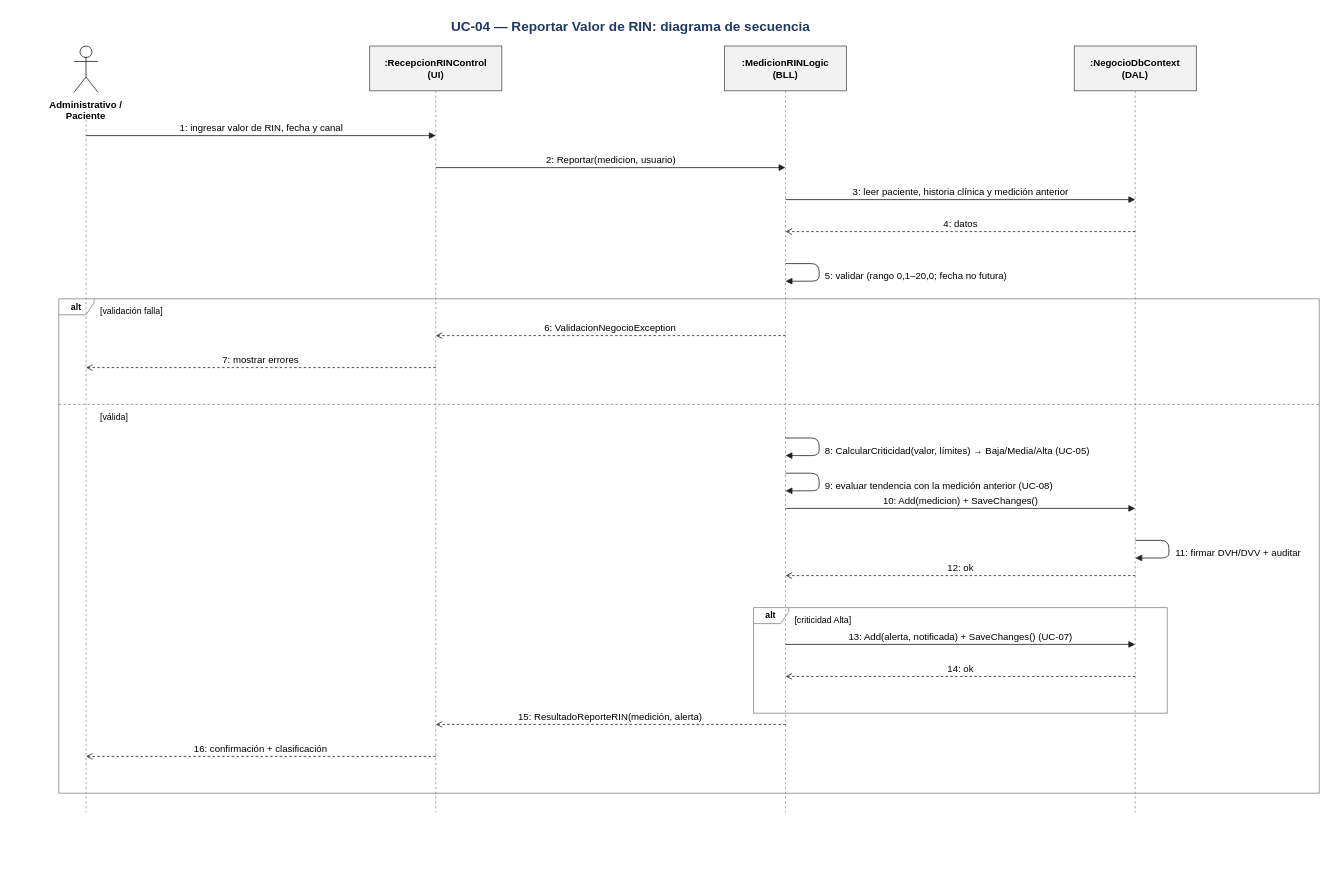
Earlier version of the draw.io diagram Diagramas/UC-04/UC-04 - Secuencia.drawio (DanteSchlogl/OpenRIN-corregido). Source tidied: cells renumbered, new cells numbered last; positions are measured from the earlier drawing's top-left corner, leaving out a move shared by most shapes. Both pictures are drawn from the tidied source at 80%, with x=0, y=0 at pixel (14, 14).
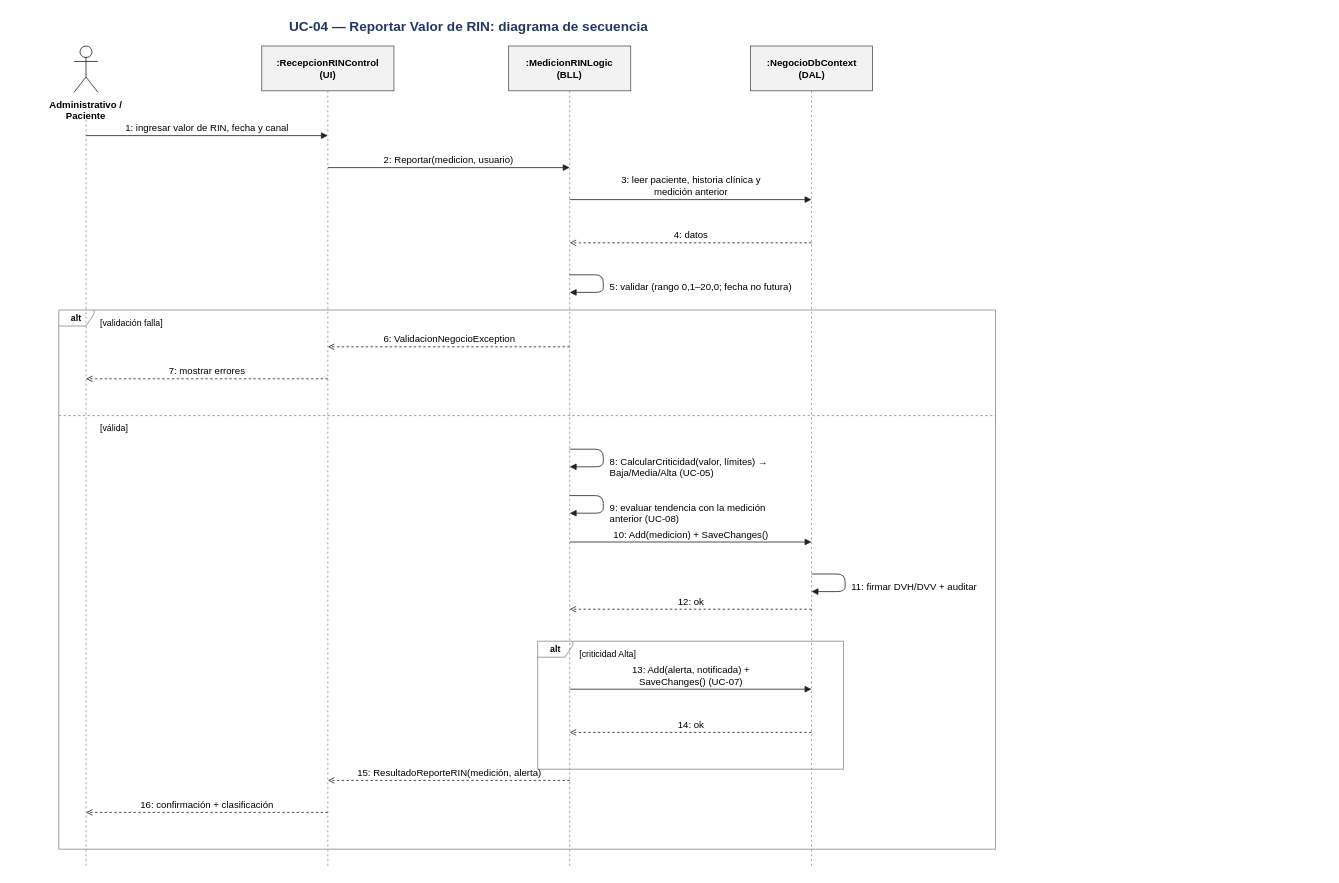
The same page after the edit.

The edit, as a diff of the source:
```diff
@@
     <mxCell id="2" value="UC-04 — Reportar Valor de RIN: diagrama de secuencia" style="text;html=1;strokeColor=none;fillColor=none;fontFamily=Arial;whiteSpace=nowrap;fontSize=17;fontStyle=1;fontColor=#1F3864;align=center;whiteSpace=wrap;" parent="1" vertex="1">
-      <mxGeometry width="1541.6" height="28" as="geometry" />
+      <mxGeometry width="1136.9" height="28" as="geometry" />
     </mxCell>
@@
     <mxCell id="5" style="endArrow=none;dashed=1;strokeColor=#999999;html=1;" parent="1" edge="1">
       <mxGeometry relative="1" as="geometry">
         <mxPoint x="90" y="132" as="sourcePoint" />
-        <mxPoint x="90" y="998" as="targetPoint" />
+        <mxPoint x="90" y="1068" as="targetPoint" />
       </mxGeometry>
     </mxCell>
     <mxCell id="6" value=":RecepcionRINControl&lt;br/&gt;(UI)" style="rounded=0;whiteSpace=wrap;html=1;fillColor=#F2F2F2;strokeColor=#555555;fontFamily=Arial;fontSize=12;fontStyle=1;" parent="1" vertex="1">
-      <mxGeometry x="444.6" y="40" width="165.2" height="56" as="geometry" />
+      <mxGeometry x="309.7" y="40" width="165.2" height="56" as="geometry" />
     </mxCell>
     <mxCell id="7" style="endArrow=none;dashed=1;strokeColor=#999999;html=1;" parent="1" edge="1">
       <mxGeometry relative="1" as="geometry">
-        <mxPoint x="527.2" y="96" as="sourcePoint" />
-        <mxPoint x="527.2" y="998" as="targetPoint" />
+        <mxPoint x="392.3" y="96" as="sourcePoint" />
+        <mxPoint x="392.3" y="1068" as="targetPoint" />
       </mxGeometry>
     </mxCell>
     <mxCell id="8" value=":MedicionRINLogic&lt;br/&gt;(BLL)" style="rounded=0;whiteSpace=wrap;html=1;fillColor=#F2F2F2;strokeColor=#555555;fontFamily=Arial;fontSize=12;fontStyle=1;" parent="1" vertex="1">
-      <mxGeometry x="888.1" y="40" width="152.6" height="56" as="geometry" />
+      <mxGeometry x="618.3" y="40" width="152.6" height="56" as="geometry" />
     </mxCell>
     <mxCell id="9" style="endArrow=none;dashed=1;strokeColor=#999999;html=1;" parent="1" edge="1">
       <mxGeometry relative="1" as="geometry">
-        <mxPoint x="964.4" y="96" as="sourcePoint" />
-        <mxPoint x="964.4" y="998" as="targetPoint" />
+        <mxPoint x="694.6" y="96" as="sourcePoint" />
+        <mxPoint x="694.6" y="1068" as="targetPoint" />
       </mxGeometry>
     </mxCell>
     <mxCell id="10" value=":NegocioDbContext&lt;br/&gt;(DAL)" style="rounded=0;whiteSpace=wrap;html=1;fillColor=#F2F2F2;strokeColor=#555555;fontFamily=Arial;fontSize=12;fontStyle=1;" parent="1" vertex="1">
-      <mxGeometry x="1325.3" y="40" width="152.6" height="56" as="geometry" />
+      <mxGeometry x="920.6" y="40" width="152.6" height="56" as="geometry" />
     </mxCell>
     <mxCell id="11" style="endArrow=none;dashed=1;strokeColor=#999999;html=1;" parent="1" edge="1">
       <mxGeometry relative="1" as="geometry">
-        <mxPoint x="1401.6" y="96" as="sourcePoint" />
-        <mxPoint x="1401.6" y="998" as="targetPoint" />
+        <mxPoint x="996.9" y="96" as="sourcePoint" />
+        <mxPoint x="996.9" y="1068" as="targetPoint" />
       </mxGeometry>
     </mxCell>
     <mxCell id="12" value="1: ingresar valor de RIN, fecha y canal" style="html=1;edgeStyle=none;strokeColor=#222222;fontFamily=Arial;fontSize=12;verticalLabelPosition=top;verticalAlign=bottom;labelBackgroundColor=none;endArrow=block;endFill=1;" parent="1" edge="1">
       <mxGeometry relative="1" as="geometry">
         <mxPoint x="90" y="152" as="sourcePoint" />
-        <mxPoint x="527.2" y="152" as="targetPoint" />
+        <mxPoint x="392.3" y="152" as="targetPoint" />
       </mxGeometry>
     </mxCell>
     <mxCell id="13" value="2: Reportar(medicion, usuario)" style="html=1;edgeStyle=none;strokeColor=#222222;fontFamily=Arial;fontSize=12;verticalLabelPosition=top;verticalAlign=bottom;labelBackgroundColor=none;endArrow=block;endFill=1;" parent="1" edge="1">
       <mxGeometry relative="1" as="geometry">
-        <mxPoint x="527.2" y="192" as="sourcePoint" />
-        <mxPoint x="964.4" y="192" as="targetPoint" />
+        <mxPoint x="392.3" y="192" as="sourcePoint" />
+        <mxPoint x="694.6" y="192" as="targetPoint" />
       </mxGeometry>
     </mxCell>
-    <mxCell id="14" value="3: leer paciente, historia clínica y medición anterior" style="html=1;edgeStyle=none;strokeColor=#222222;fontFamily=Arial;fontSize=12;verticalLabelPosition=top;verticalAlign=bottom;labelBackgroundColor=none;endArrow=block;endFill=1;" parent="1" edge="1">
+    <mxCell id="14" value="3: leer paciente, historia clínica y&lt;br/&gt;medición anterior" style="html=1;edgeStyle=none;strokeColor=#222222;fontFamily=Arial;fontSize=12;verticalLabelPosition=top;verticalAlign=bottom;labelBackgroundColor=none;endArrow=block;endFill=1;" parent="1" edge="1">
       <mxGeometry relative="1" as="geometry">
-        <mxPoint x="964.4" y="232" as="sourcePoint" />
-        <mxPoint x="1401.6" y="232" as="targetPoint" />
+        <mxPoint x="694.6" y="232" as="sourcePoint" />
+        <mxPoint x="996.9" y="232" as="targetPoint" />
       </mxGeometry>
     </mxCell>
     <mxCell id="15" value="4: datos" style="html=1;edgeStyle=none;strokeColor=#222222;fontFamily=Arial;fontSize=12;verticalLabelPosition=top;verticalAlign=bottom;labelBackgroundColor=none;endArrow=open;endFill=0;dashed=1;" parent="1" edge="1">
       <mxGeometry relative="1" as="geometry">
-        <mxPoint x="1401.6" y="272" as="sourcePoint" />
-        <mxPoint x="964.4" y="272" as="targetPoint" />
+        <mxPoint x="996.9" y="286" as="sourcePoint" />
+        <mxPoint x="694.6" y="286" as="targetPoint" />
       </mxGeometry>
     </mxCell>
     <mxCell id="16" style="endArrow=block;endFill=1;html=1;edgeStyle=none;strokeColor=#222222;" parent="1" edge="1">
       <mxGeometry relative="1" as="geometry">
-        <mxPoint x="964.4" y="312" as="sourcePoint" />
-        <mxPoint x="964.4" y="334" as="targetPoint" />
+        <mxPoint x="694.6" y="326" as="sourcePoint" />
+        <mxPoint x="694.6" y="348" as="targetPoint" />
         <Array as="points">
-          <mxPoint x="1006.4" y="312" />
-          <mxPoint x="1006.4" y="334" />
+          <mxPoint x="736.6" y="326" />
+          <mxPoint x="736.6" y="348" />
         </Array>
       </mxGeometry>
     </mxCell>
     <mxCell id="17" value="5: validar (rango 0,1–20,0; fecha no futura)" style="text;html=1;strokeColor=none;fillColor=none;fontFamily=Arial;whiteSpace=nowrap;fontSize=12;align=left;" parent="1" vertex="1">
-      <mxGeometry x="1012.4" y="314" width="291.2" height="18" as="geometry" />
+      <mxGeometry x="742.6" y="328" width="280" height="18" as="geometry" />
     </mxCell>
     <mxCell id="18" value="6: ValidacionNegocioException" style="html=1;edgeStyle=none;strokeColor=#222222;fontFamily=Arial;fontSize=12;verticalLabelPosition=top;verticalAlign=bottom;labelBackgroundColor=none;endArrow=open;endFill=0;dashed=1;" parent="1" edge="1">
       <mxGeometry relative="1" as="geometry">
-        <mxPoint x="964.4" y="402" as="sourcePoint" />
-        <mxPoint x="527.2" y="402" as="targetPoint" />
+        <mxPoint x="694.6" y="416" as="sourcePoint" />
+        <mxPoint x="392.3" y="416" as="targetPoint" />
       </mxGeometry>
     </mxCell>
     <mxCell id="19" value="7: mostrar errores" style="html=1;edgeStyle=none;strokeColor=#222222;fontFamily=Arial;fontSize=12;verticalLabelPosition=top;verticalAlign=bottom;labelBackgroundColor=none;endArrow=open;endFill=0;dashed=1;" parent="1" edge="1">
       <mxGeometry relative="1" as="geometry">
-        <mxPoint x="527.2" y="442" as="sourcePoint" />
-        <mxPoint x="90" y="442" as="targetPoint" />
+        <mxPoint x="392.3" y="456" as="sourcePoint" />
+        <mxPoint x="90" y="456" as="targetPoint" />
       </mxGeometry>
     </mxCell>
     <mxCell id="20" style="endArrow=block;endFill=1;html=1;edgeStyle=none;strokeColor=#222222;" parent="1" edge="1">
       <mxGeometry relative="1" as="geometry">
-        <mxPoint x="964.4" y="530" as="sourcePoint" />
-        <mxPoint x="964.4" y="552" as="targetPoint" />
+        <mxPoint x="694.6" y="544" as="sourcePoint" />
+        <mxPoint x="694.6" y="566" as="targetPoint" />
         <Array as="points">
-          <mxPoint x="1006.4" y="530" />
-          <mxPoint x="1006.4" y="552" />
+          <mxPoint x="736.6" y="544" />
+          <mxPoint x="736.6" y="566" />
         </Array>
       </mxGeometry>
     </mxCell>
-    <mxCell id="21" value="8: CalcularCriticidad(valor, límites) → Baja/Media/Alta  (UC-05)" style="text;html=1;strokeColor=none;fillColor=none;fontFamily=Arial;whiteSpace=nowrap;fontSize=12;align=left;" parent="1" vertex="1">
-      <mxGeometry x="1012.4" y="532" width="417.2" height="18" as="geometry" />
+    <mxCell id="21" value="8: CalcularCriticidad(valor, límites) →&lt;br/&gt;Baja/Media/Alta (UC-05)" style="text;html=1;strokeColor=none;fillColor=none;fontFamily=Arial;whiteSpace=nowrap;fontSize=12;align=left;" parent="1" vertex="1">
+      <mxGeometry x="742.6" y="546" width="280" height="32" as="geometry" />
     </mxCell>
     <mxCell id="22" style="endArrow=block;endFill=1;html=1;edgeStyle=none;strokeColor=#222222;" parent="1" edge="1">
       <mxGeometry relative="1" as="geometry">
-        <mxPoint x="964.4" y="574" as="sourcePoint" />
-        <mxPoint x="964.4" y="596" as="targetPoint" />
+        <mxPoint x="694.6" y="602" as="sourcePoint" />
+        <mxPoint x="694.6" y="624" as="targetPoint" />
         <Array as="points">
-          <mxPoint x="1006.4" y="574" />
-          <mxPoint x="1006.4" y="596" />
+          <mxPoint x="736.6" y="602" />
+          <mxPoint x="736.6" y="624" />
         </Array>
       </mxGeometry>
     </mxCell>
-    <mxCell id="23" value="9: evaluar tendencia con la medición anterior  (UC-08)" style="text;html=1;strokeColor=none;fillColor=none;fontFamily=Arial;whiteSpace=nowrap;fontSize=12;align=left;" parent="1" vertex="1">
-      <mxGeometry x="1012.4" y="576" width="354.2" height="18" as="geometry" />
+    <mxCell id="23" value="9: evaluar tendencia con la medición&lt;br/&gt;anterior (UC-08)" style="text;html=1;strokeColor=none;fillColor=none;fontFamily=Arial;whiteSpace=nowrap;fontSize=12;align=left;" parent="1" vertex="1">
+      <mxGeometry x="742.6" y="604" width="280" height="32" as="geometry" />
     </mxCell>
     <mxCell id="24" value="10: Add(medicion) + SaveChanges()" style="html=1;edgeStyle=none;strokeColor=#222222;fontFamily=Arial;fontSize=12;verticalLabelPosition=top;verticalAlign=bottom;labelBackgroundColor=none;endArrow=block;endFill=1;" parent="1" edge="1">
       <mxGeometry relative="1" as="geometry">
-        <mxPoint x="964.4" y="618" as="sourcePoint" />
-        <mxPoint x="1401.6" y="618" as="targetPoint" />
+        <mxPoint x="694.6" y="660" as="sourcePoint" />
+        <mxPoint x="996.9" y="660" as="targetPoint" />
       </mxGeometry>
     </mxCell>
     <mxCell id="25" style="endArrow=block;endFill=1;html=1;edgeStyle=none;strokeColor=#222222;" parent="1" edge="1">
       <mxGeometry relative="1" as="geometry">
-        <mxPoint x="1401.6" y="658" as="sourcePoint" />
-        <mxPoint x="1401.6" y="680" as="targetPoint" />
+        <mxPoint x="996.9" y="700" as="sourcePoint" />
+        <mxPoint x="996.9" y="722" as="targetPoint" />
         <Array as="points">
-          <mxPoint x="1443.6" y="658" />
-          <mxPoint x="1443.6" y="680" />
+          <mxPoint x="1038.9" y="700" />
+          <mxPoint x="1038.9" y="722" />
         </Array>
       </mxGeometry>
     </mxCell>
     <mxCell id="26" value="11: firmar DVH/DVV + auditar" style="text;html=1;strokeColor=none;fillColor=none;fontFamily=Arial;whiteSpace=nowrap;fontSize=12;align=left;" parent="1" vertex="1">
-      <mxGeometry x="1449.6" y="660" width="190.4" height="18" as="geometry" />
+      <mxGeometry x="1044.9" y="702" width="280" height="18" as="geometry" />
     </mxCell>
     <mxCell id="27" value="12: ok" style="html=1;edgeStyle=none;strokeColor=#222222;fontFamily=Arial;fontSize=12;verticalLabelPosition=top;verticalAlign=bottom;labelBackgroundColor=none;endArrow=open;endFill=0;dashed=1;" parent="1" edge="1">
       <mxGeometry relative="1" as="geometry">
-        <mxPoint x="1401.6" y="702" as="sourcePoint" />
-        <mxPoint x="964.4" y="702" as="targetPoint" />
+        <mxPoint x="996.9" y="744" as="sourcePoint" />
+        <mxPoint x="694.6" y="744" as="targetPoint" />
       </mxGeometry>
     </mxCell>
-    <mxCell id="28" value="13: Add(alerta, notificada) + SaveChanges()  (UC-07)" style="html=1;edgeStyle=none;strokeColor=#222222;fontFamily=Arial;fontSize=12;verticalLabelPosition=top;verticalAlign=bottom;labelBackgroundColor=none;endArrow=block;endFill=1;" parent="1" edge="1">
+    <mxCell id="28" value="13: Add(alerta, notificada) +&lt;br/&gt;SaveChanges() (UC-07)" style="html=1;edgeStyle=none;strokeColor=#222222;fontFamily=Arial;fontSize=12;verticalLabelPosition=top;verticalAlign=bottom;labelBackgroundColor=none;endArrow=block;endFill=1;" parent="1" edge="1">
       <mxGeometry relative="1" as="geometry">
-        <mxPoint x="964.4" y="788" as="sourcePoint" />
-        <mxPoint x="1401.6" y="788" as="targetPoint" />
+        <mxPoint x="694.6" y="844" as="sourcePoint" />
+        <mxPoint x="996.9" y="844" as="targetPoint" />
       </mxGeometry>
     </mxCell>
     <mxCell id="29" value="14: ok" style="html=1;edgeStyle=none;strokeColor=#222222;fontFamily=Arial;fontSize=12;verticalLabelPosition=top;verticalAlign=bottom;labelBackgroundColor=none;endArrow=open;endFill=0;dashed=1;" parent="1" edge="1">
       <mxGeometry relative="1" as="geometry">
-        <mxPoint x="1401.6" y="828" as="sourcePoint" />
-        <mxPoint x="964.4" y="828" as="targetPoint" />
+        <mxPoint x="996.9" y="898" as="sourcePoint" />
+        <mxPoint x="694.6" y="898" as="targetPoint" />
       </mxGeometry>
     </mxCell>
     <mxCell id="30" value="alt" style="shape=umlFrame;whiteSpace=wrap;html=1;width=44;height=20;fillColor=none;strokeColor=#888888;fontFamily=Arial;fontSize=11;fontStyle=1;" parent="1" vertex="1">
-      <mxGeometry x="924.4" y="742" width="517.2" height="132" as="geometry" />
+      <mxGeometry x="654.6" y="784" width="382.3" height="160" as="geometry" />
     </mxCell>
     <mxCell id="31" value="[criticidad Alta]" style="text;html=1;strokeColor=none;fillColor=none;fontFamily=Arial;whiteSpace=nowrap;fontSize=11;align=left;" parent="1" vertex="1">
-      <mxGeometry x="974.4" y="745" width="128.5" height="18" as="geometry" />
+      <mxGeometry x="704.6" y="787" width="128.5" height="18" as="geometry" />
     </mxCell>
     <mxCell id="32" value="15: ResultadoReporteRIN(medición, alerta)" style="html=1;edgeStyle=none;strokeColor=#222222;fontFamily=Arial;fontSize=12;verticalLabelPosition=top;verticalAlign=bottom;labelBackgroundColor=none;endArrow=open;endFill=0;dashed=1;" parent="1" edge="1">
       <mxGeometry relative="1" as="geometry">
-        <mxPoint x="964.4" y="888" as="sourcePoint" />
-        <mxPoint x="527.2" y="888" as="targetPoint" />
+        <mxPoint x="694.6" y="958" as="sourcePoint" />
+        <mxPoint x="392.3" y="958" as="targetPoint" />
       </mxGeometry>
     </mxCell>
     <mxCell id="33" value="16: confirmación + clasificación" style="html=1;edgeStyle=none;strokeColor=#222222;fontFamily=Arial;fontSize=12;verticalLabelPosition=top;verticalAlign=bottom;labelBackgroundColor=none;endArrow=open;endFill=0;dashed=1;" parent="1" edge="1">
       <mxGeometry relative="1" as="geometry">
-        <mxPoint x="527.2" y="928" as="sourcePoint" />
-        <mxPoint x="90" y="928" as="targetPoint" />
+        <mxPoint x="392.3" y="998" as="sourcePoint" />
+        <mxPoint x="90" y="998" as="targetPoint" />
       </mxGeometry>
     </mxCell>
     <mxCell id="34" value="alt" style="shape=umlFrame;whiteSpace=wrap;html=1;width=44;height=20;fillColor=none;strokeColor=#888888;fontFamily=Arial;fontSize=11;fontStyle=1;" parent="1" vertex="1">
-      <mxGeometry x="56" y="356" width="1575.6" height="618" as="geometry" />
+      <mxGeometry x="56" y="370" width="1170.9" height="674" as="geometry" />
     </mxCell>
     <mxCell id="35" value="[validación falla]" style="text;html=1;strokeColor=none;fillColor=none;fontFamily=Arial;whiteSpace=nowrap;fontSize=11;align=left;" parent="1" vertex="1">
-      <mxGeometry x="106" y="359" width="134.8" height="18" as="geometry" />
+      <mxGeometry x="106" y="373" width="134.8" height="18" as="geometry" />
     </mxCell>
     <mxCell id="36" style="endArrow=none;dashed=1;strokeColor=#888888;html=1;" parent="1" edge="1">
       <mxGeometry relative="1" as="geometry">
-        <mxPoint x="56" y="488" as="sourcePoint" />
-        <mxPoint x="1631.6" y="488" as="targetPoint" />
+        <mxPoint x="56" y="502" as="sourcePoint" />
+        <mxPoint x="1226.9" y="502" as="targetPoint" />
       </mxGeometry>
     </mxCell>
     <mxCell id="37" value="[válida]" style="text;html=1;strokeColor=none;fillColor=none;fontFamily=Arial;whiteSpace=nowrap;fontSize=11;align=left;" parent="1" vertex="1">
-      <mxGeometry x="106" y="491" width="71.8" height="18" as="geometry" />
+      <mxGeometry x="106" y="505" width="71.8" height="18" as="geometry" />
     </mxCell>
```
